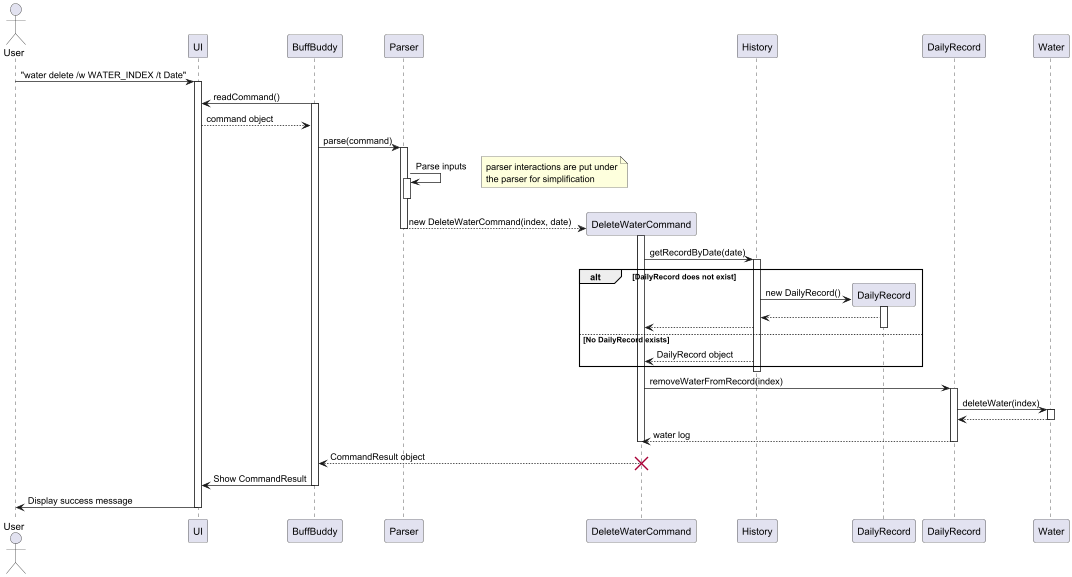
Before: docs/images/deleteWaterSequenceDiagram.png, a diagram exported from PlantUML (nus-cs2113-AY2425S1/tp).
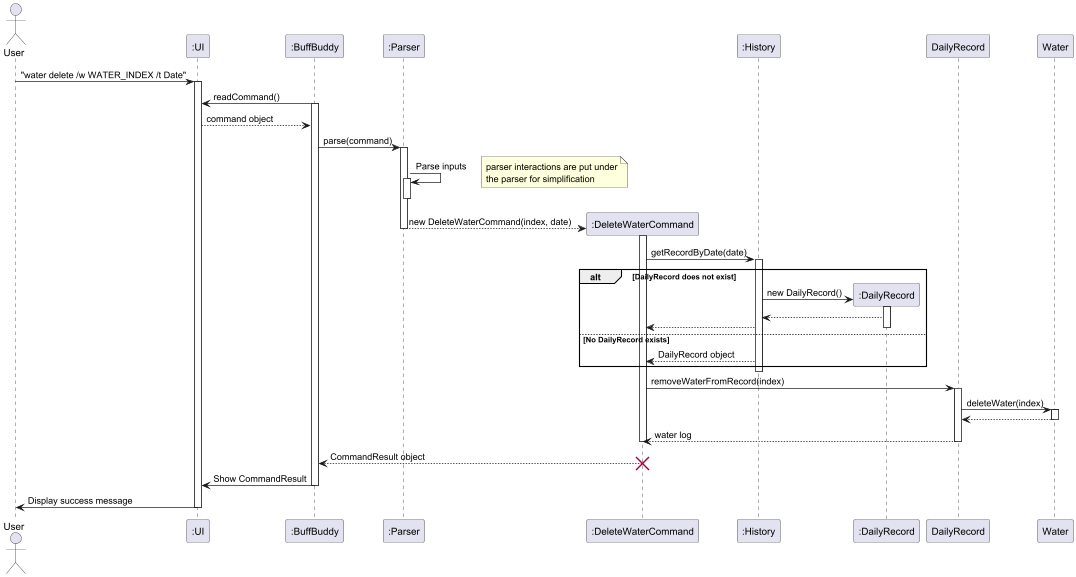
The same file after the commit.

Diff of the diagram source:
```diff
@@ -1,12 +1,12 @@
 @startuml
 
 actor User
-participant "UI" as UI
-participant "BuffBuddy" as BB
-participant "Parser" as Parser
-participant "DeleteWaterCommand" as Cmd
-participant "History" as History
-participant "DailyRecord" as DailyRec
+participant ":UI" as UI
+participant ":BuffBuddy" as BB
+participant ":Parser" as Parser
+participant ":DeleteWaterCommand" as Cmd
+participant ":History" as History
+participant ":DailyRecord" as DailyRec
 
 User -> UI: "water delete /w WATER_INDEX /t Date"
 activate UI
```
